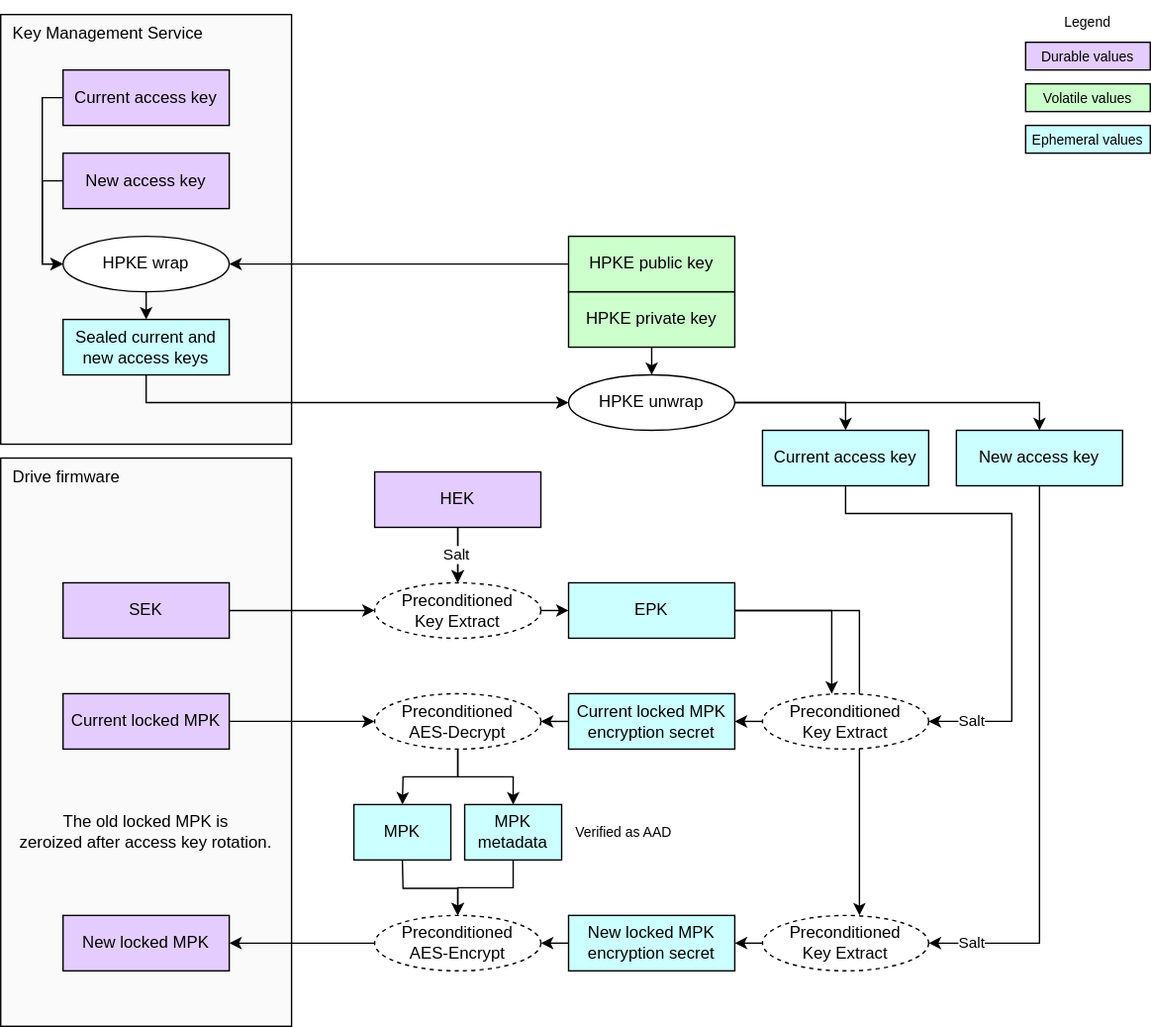
This is doc/ocp_lock/diagrams/mpk_access_key_rotation.drawio.svg from chipsalliance/Caliptra, a draw.io export, as it was before one commit. Source tidied: cells renumbered, new cells last; positions are measured from the earlier drawing's top-left corner, leaving out a move shared by most shapes.
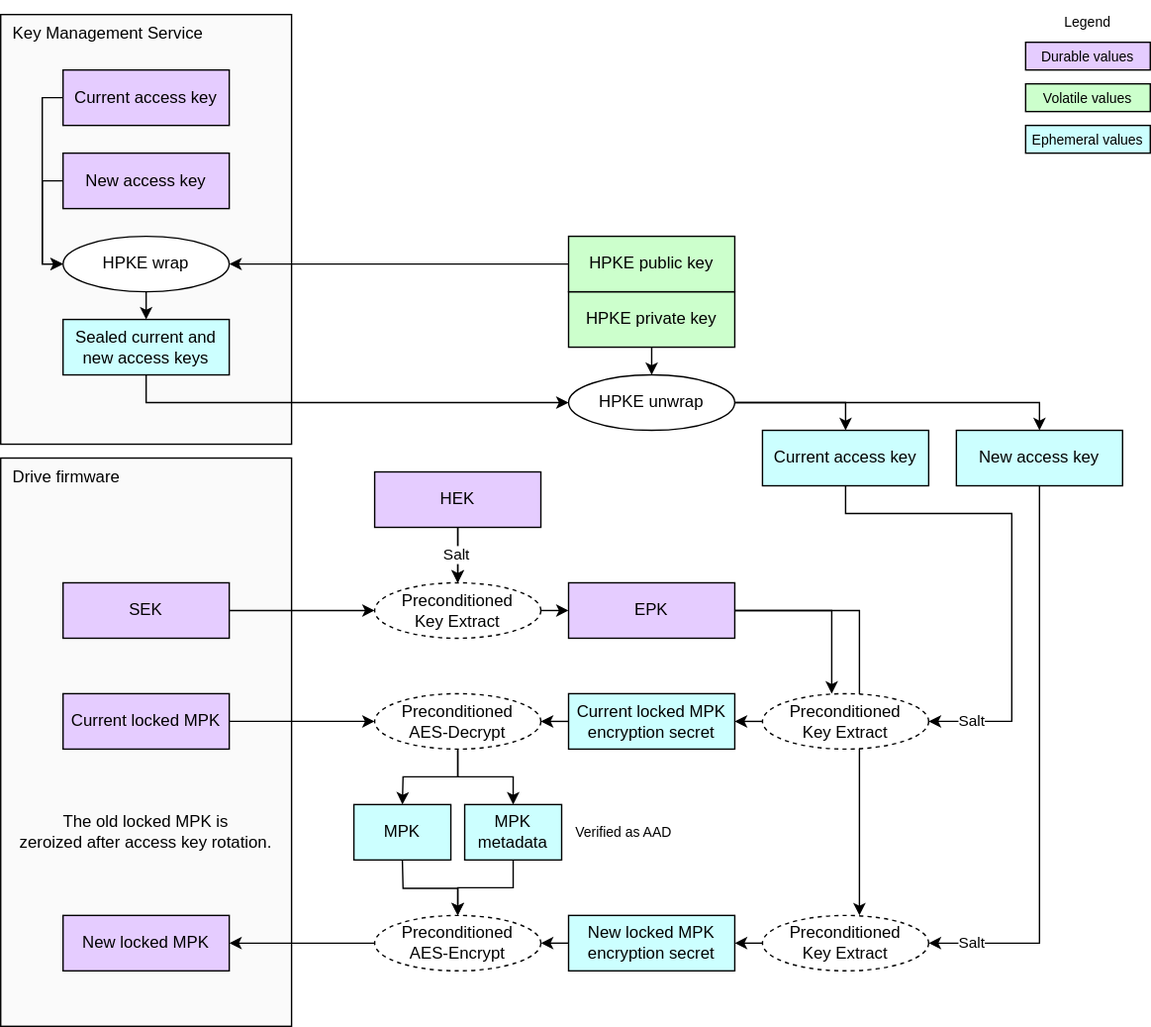
The same diagram one commit later.

Change to the diagram source:
```diff
@@ -35,7 +35,7 @@
     <mxCell id="12" value="&lt;span style=&quot;color: rgb(0, 0, 0);&quot;&gt;Preconditioned&lt;/span&gt;&lt;div&gt;Key Extract&lt;/div&gt;" style="ellipse;whiteSpace=wrap;html=1;fillColor=#FFFFFF;dashed=1;" parent="1" vertex="1">
       <mxGeometry x="270" y="420" width="120" height="40" as="geometry" />
     </mxCell>
-    <mxCell id="13" value="&lt;div&gt;&lt;font color=&quot;#000000&quot;&gt;EPK&lt;/font&gt;&lt;/div&gt;" style="rounded=0;whiteSpace=wrap;html=1;align=center;verticalAlign=middle;shadow=0;glass=0;spacingLeft=0;spacingBottom=0;spacingTop=0;fillColor=#CCFFFF;" parent="1" vertex="1">
+    <mxCell id="13" value="&lt;div&gt;&lt;font color=&quot;#000000&quot;&gt;EPK&lt;/font&gt;&lt;/div&gt;" style="rounded=0;whiteSpace=wrap;html=1;align=center;verticalAlign=middle;shadow=0;glass=0;spacingLeft=0;spacingBottom=0;spacingTop=0;fillColor=#E5CCFF;" parent="1" vertex="1">
       <mxGeometry x="410" y="420" width="120" height="40" as="geometry" />
     </mxCell>
     <mxCell id="14" style="edgeStyle=none;html=1;exitX=0.5;exitY=1;exitDx=0;exitDy=0;entryX=0.5;entryY=0;entryDx=0;entryDy=0;" parent="1" edge="1" source="4" target="12">
```
